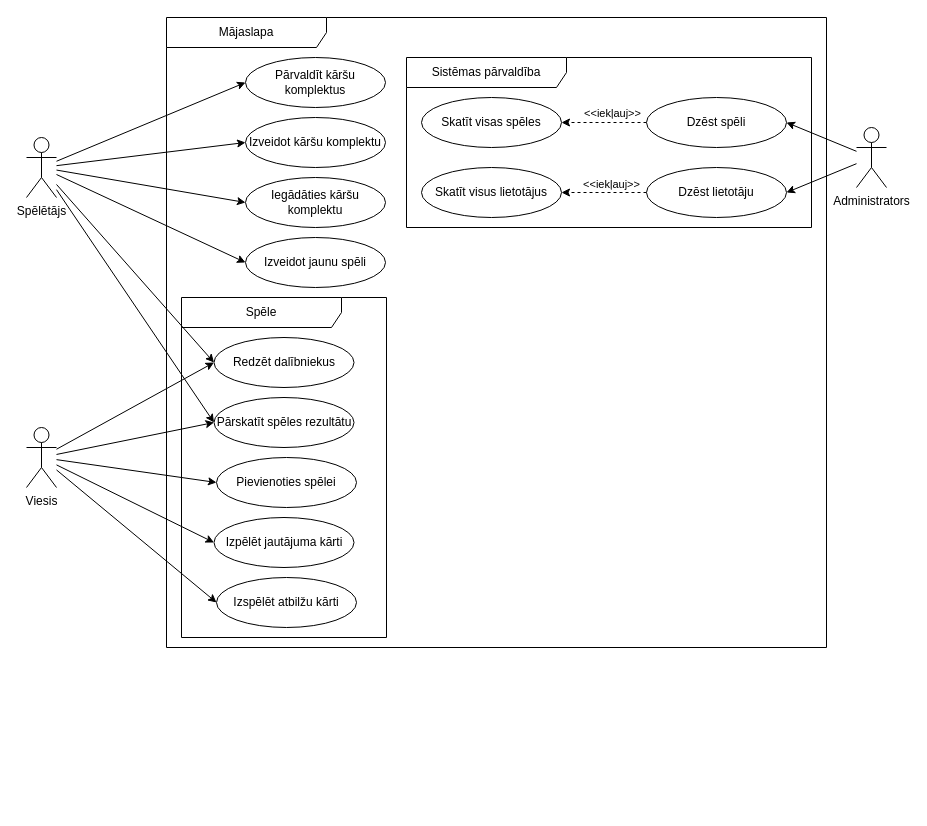
Before: dokumentacija/UseCase.drawio in Edgars-P/RVT-Projekts-CardGame, a draw.io diagram. Source tidied: cells renumbered, new cells numbered last; positions are measured from the earlier drawing's top-left corner, leaving out a move shared by most shapes. Both pictures are drawn from the tidied source at 100%, with x=0, y=0 at pixel (26, 17).
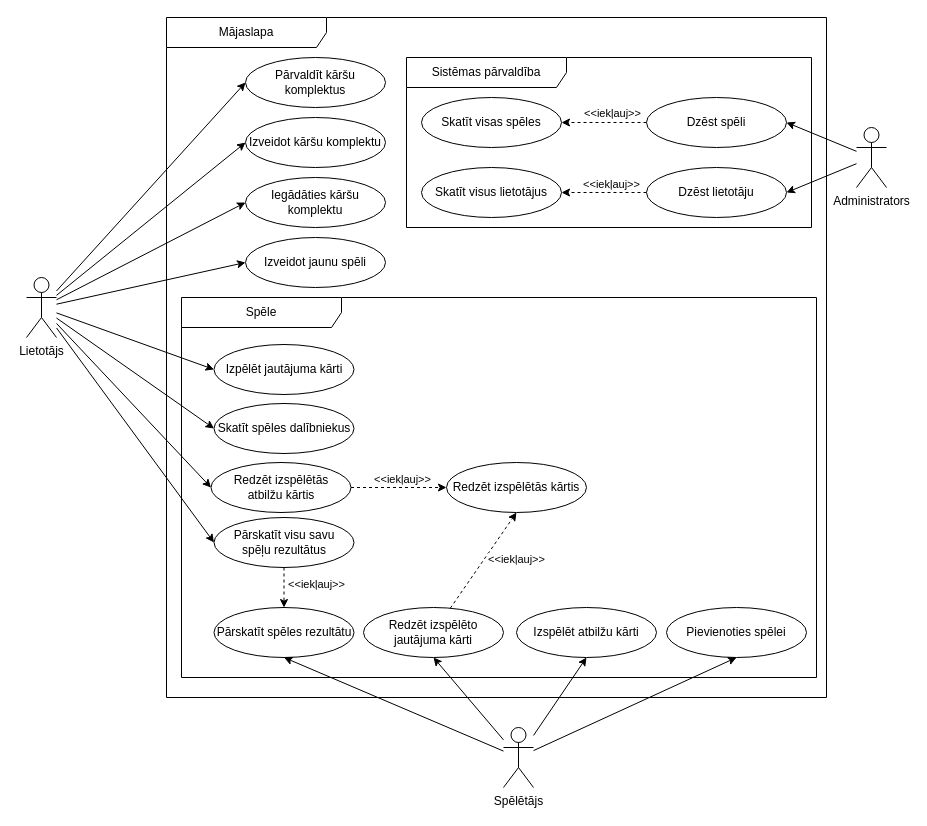
The same page after the edit.

Diff of the diagram source:
```diff
@@
     <mxCell id="2" value="Mājaslapa" style="shape=umlFrame;whiteSpace=wrap;html=1;width=160;" parent="1" vertex="1">
-      <mxGeometry x="140" width="660" height="630" as="geometry" />
+      <mxGeometry x="140" width="660" height="680" as="geometry" />
     </mxCell>
@@
     <mxCell id="7" value="Spēle" style="shape=umlFrame;whiteSpace=wrap;html=1;width=160;" parent="2" vertex="1">
-      <mxGeometry x="15" y="280" width="205" height="340" as="geometry" />
+      <mxGeometry x="15" y="280" width="635" height="380" as="geometry" />
     </mxCell>
     <mxCell id="8" value="Izpēlēt jautājuma kārti" style="ellipse;whiteSpace=wrap;html=1;" parent="7" vertex="1">
-      <mxGeometry x="32.5" y="220" width="140" height="50" as="geometry" />
+      <mxGeometry x="32.5" y="47" width="140" height="50" as="geometry" />
     </mxCell>
     <mxCell id="9" value="Izspēlēt atbilžu kārti" style="ellipse;whiteSpace=wrap;html=1;" parent="7" vertex="1">
-      <mxGeometry x="35" y="280" width="140" height="50" as="geometry" />
+      <mxGeometry x="335" y="310" width="140" height="50" as="geometry" />
     </mxCell>
-    <mxCell id="10" value="Redzēt dalībniekus" style="ellipse;whiteSpace=wrap;html=1;" parent="7" vertex="1">
-      <mxGeometry x="32.5" y="40" width="140" height="50" as="geometry" />
+    <mxCell id="10" value="Skatīt spēles dalībniekus" style="ellipse;whiteSpace=wrap;html=1;" parent="7" vertex="1">
+      <mxGeometry x="32.5" y="106" width="140" height="50" as="geometry" />
     </mxCell>
     <mxCell id="11" value="Pārskatīt spēles rezultātu" style="ellipse;whiteSpace=wrap;html=1;" parent="7" vertex="1">
-      <mxGeometry x="32.5" y="100" width="140" height="50" as="geometry" />
+      <mxGeometry x="32.5" y="310" width="140" height="50" as="geometry" />
     </mxCell>
     <mxCell id="12" value="Pievienoties spēlei" style="ellipse;whiteSpace=wrap;html=1;" parent="7" vertex="1">
-      <mxGeometry x="35" y="160" width="140" height="50" as="geometry" />
+      <mxGeometry x="485" y="310" width="140" height="50" as="geometry" />
     </mxCell>
+    <mxCell id="38" style="edgeStyle=none;shape=connector;rounded=0;jettySize=auto;html=1;labelBackgroundColor=default;strokeColor=default;align=center;verticalAlign=middle;fontFamily=Helvetica;fontSize=11;fontColor=default;endArrow=classic;dashed=1;" parent="7" edge="1" source="40" target="11">
+      <mxGeometry relative="1" as="geometry" />
+    </mxCell>
+    <mxCell id="39" value="&amp;lt;&amp;lt;iekļauj&amp;gt;&amp;gt;" style="edgeLabel;html=1;align=center;verticalAlign=middle;fontSize=11;fontFamily=Helvetica;fontColor=default;" parent="38" vertex="1">
+      <mxGeometry x="-0.21" relative="1" as="geometry">
+        <mxPoint x="32" as="offset" />
+      </mxGeometry>
+    </mxCell>
+    <mxCell id="40" value="Pārskatīt visu savu &lt;br&gt;spēļu rezultātus" style="ellipse;whiteSpace=wrap;html=1;" parent="7" vertex="1">
+      <mxGeometry x="32.5" y="220" width="140" height="50" as="geometry" />
+    </mxCell>
+    <mxCell id="41" style="edgeStyle=none;shape=connector;rounded=0;jettySize=auto;html=1;entryX=0.5;entryY=1;entryDx=0;entryDy=0;labelBackgroundColor=default;strokeColor=default;align=center;verticalAlign=middle;fontFamily=Helvetica;fontSize=11;fontColor=default;endArrow=classic;dashed=1;" parent="7" edge="1" source="43" target="47">
+      <mxGeometry relative="1" as="geometry" />
+    </mxCell>
+    <mxCell id="42" value="&amp;lt;&amp;lt;iekļauj&amp;gt;&amp;gt;" style="edgeLabel;html=1;align=center;verticalAlign=middle;fontSize=11;fontFamily=Helvetica;fontColor=default;" parent="41" vertex="1">
+      <mxGeometry x="0.03" y="-1" relative="1" as="geometry">
+        <mxPoint x="31" as="offset" />
+      </mxGeometry>
+    </mxCell>
+    <mxCell id="43" value="Redzēt izspēlēto jautājuma kārti" style="ellipse;whiteSpace=wrap;html=1;" parent="7" vertex="1">
+      <mxGeometry x="182" y="310" width="140" height="50" as="geometry" />
+    </mxCell>
+    <mxCell id="44" style="edgeStyle=none;shape=connector;rounded=0;jettySize=auto;html=1;entryX=0;entryY=0.5;entryDx=0;entryDy=0;labelBackgroundColor=default;strokeColor=default;align=center;verticalAlign=middle;fontFamily=Helvetica;fontSize=11;fontColor=default;endArrow=classic;dashed=1;exitX=1;exitY=0.5;exitDx=0;exitDy=0;" parent="7" edge="1" source="46" target="47">
+      <mxGeometry relative="1" as="geometry" />
+    </mxCell>
+    <mxCell id="45" value="&amp;lt;&amp;lt;iekļauj&amp;gt;&amp;gt;" style="edgeLabel;html=1;align=center;verticalAlign=middle;fontSize=11;fontFamily=Helvetica;fontColor=default;" parent="44" vertex="1">
+      <mxGeometry x="0.07" y="3" relative="1" as="geometry">
+        <mxPoint y="-6" as="offset" />
+      </mxGeometry>
+    </mxCell>
+    <mxCell id="46" value="Redzēt izspēlētās &lt;br&gt;atbilžu kārtis" style="ellipse;whiteSpace=wrap;html=1;" parent="7" vertex="1">
+      <mxGeometry x="29.5" y="165" width="140" height="50" as="geometry" />
+    </mxCell>
+    <mxCell id="47" value="Redzēt izspēlētās kārtis" style="ellipse;whiteSpace=wrap;html=1;" parent="7" vertex="1">
+      <mxGeometry x="265" y="165" width="140" height="50" as="geometry" />
+    </mxCell>
@@
-    <mxCell id="27" style="rounded=0;jettySize=auto;html=1;entryX=0;entryY=0.5;entryDx=0;entryDy=0;" parent="1" edge="1" source="28" target="11">
+    <mxCell id="27" style="rounded=0;jettySize=auto;html=1;entryX=0;entryY=0.5;entryDx=0;entryDy=0;" parent="1" edge="1" source="28" target="40">
       <mxGeometry relative="1" as="geometry" />
     </mxCell>
+    <mxCell id="48" style="rounded=0;jettySize=auto;html=1;entryX=0;entryY=0.5;entryDx=0;entryDy=0;" parent="1" edge="1" source="28" target="8">
+      <mxGeometry relative="1" as="geometry" />
+    </mxCell>
+    <mxCell id="49" style="edgeStyle=none;shape=connector;rounded=0;jettySize=auto;html=1;entryX=0;entryY=0.5;entryDx=0;entryDy=0;labelBackgroundColor=default;strokeColor=default;align=center;verticalAlign=middle;fontFamily=Helvetica;fontSize=11;fontColor=default;endArrow=classic;" parent="1" edge="1" source="28" target="46">
+      <mxGeometry relative="1" as="geometry" />
+    </mxCell>
-    <mxCell id="28" value="Spēlētājs" style="shape=umlActor;verticalLabelPosition=bottom;verticalAlign=top;html=1;" parent="1" vertex="1">
-      <mxGeometry y="120" width="30" height="60" as="geometry" />
+    <mxCell id="28" value="Lietotājs" style="shape=umlActor;verticalLabelPosition=bottom;verticalAlign=top;html=1;" parent="1" vertex="1">
+      <mxGeometry y="260" width="30" height="60" as="geometry" />
     </mxCell>
-    <mxCell id="29" style="edgeStyle=none;shape=connector;rounded=0;jettySize=auto;html=1;entryX=0;entryY=0.5;entryDx=0;entryDy=0;labelBackgroundColor=default;strokeColor=default;align=center;verticalAlign=middle;fontFamily=Helvetica;fontSize=11;fontColor=default;endArrow=classic;" parent="1" edge="1" source="34" target="8">
-      <mxGeometry relative="1" as="geometry" />
-    </mxCell>
-    <mxCell id="30" style="edgeStyle=none;shape=connector;rounded=0;jettySize=auto;html=1;entryX=0;entryY=0.5;entryDx=0;entryDy=0;labelBackgroundColor=default;strokeColor=default;align=center;verticalAlign=middle;fontFamily=Helvetica;fontSize=11;fontColor=default;endArrow=classic;" parent="1" edge="1" source="34" target="11">
+    <mxCell id="30" style="edgeStyle=none;shape=connector;rounded=0;jettySize=auto;html=1;entryX=0.5;entryY=1;entryDx=0;entryDy=0;labelBackgroundColor=default;strokeColor=default;align=center;verticalAlign=middle;fontFamily=Helvetica;fontSize=11;fontColor=default;endArrow=classic;" parent="1" edge="1" source="34" target="11">
       <mxGeometry relative="1" as="geometry" />
     </mxCell>
-    <mxCell id="31" style="edgeStyle=none;shape=connector;rounded=0;jettySize=auto;html=1;entryX=0;entryY=0.5;entryDx=0;entryDy=0;labelBackgroundColor=default;strokeColor=default;align=center;verticalAlign=middle;fontFamily=Helvetica;fontSize=11;fontColor=default;endArrow=classic;" parent="1" edge="1" source="34" target="10">
-      <mxGeometry relative="1" as="geometry" />
-    </mxCell>
-    <mxCell id="32" style="edgeStyle=none;shape=connector;rounded=0;jettySize=auto;html=1;entryX=0;entryY=0.5;entryDx=0;entryDy=0;labelBackgroundColor=default;strokeColor=default;align=center;verticalAlign=middle;fontFamily=Helvetica;fontSize=11;fontColor=default;endArrow=classic;" parent="1" edge="1" source="34" target="12">
+    <mxCell id="32" style="edgeStyle=none;shape=connector;rounded=0;jettySize=auto;html=1;entryX=0.5;entryY=1;entryDx=0;entryDy=0;labelBackgroundColor=default;strokeColor=default;align=center;verticalAlign=middle;fontFamily=Helvetica;fontSize=11;fontColor=default;endArrow=classic;" parent="1" edge="1" source="34" target="12">
       <mxGeometry relative="1" as="geometry" />
     </mxCell>
-    <mxCell id="33" style="edgeStyle=none;shape=connector;rounded=0;jettySize=auto;html=1;entryX=0;entryY=0.5;entryDx=0;entryDy=0;labelBackgroundColor=default;strokeColor=default;align=center;verticalAlign=middle;fontFamily=Helvetica;fontSize=11;fontColor=default;endArrow=classic;" parent="1" edge="1" source="34" target="9">
+    <mxCell id="33" style="edgeStyle=none;shape=connector;rounded=0;jettySize=auto;html=1;entryX=0.5;entryY=1;entryDx=0;entryDy=0;labelBackgroundColor=default;strokeColor=default;align=center;verticalAlign=middle;fontFamily=Helvetica;fontSize=11;fontColor=default;endArrow=classic;" parent="1" edge="1" source="34" target="9">
       <mxGeometry relative="1" as="geometry" />
     </mxCell>
+    <mxCell id="50" style="edgeStyle=none;shape=connector;rounded=0;jettySize=auto;html=1;entryX=0.5;entryY=1;entryDx=0;entryDy=0;labelBackgroundColor=default;strokeColor=default;align=center;verticalAlign=middle;fontFamily=Helvetica;fontSize=11;fontColor=default;endArrow=classic;" parent="1" edge="1" source="34" target="43">
+      <mxGeometry relative="1" as="geometry" />
+    </mxCell>
-    <mxCell id="34" value="Viesis" style="shape=umlActor;verticalLabelPosition=bottom;verticalAlign=top;html=1;" parent="1" vertex="1">
-      <mxGeometry y="410" width="30" height="60" as="geometry" />
+    <mxCell id="34" value="Spēlētājs" style="shape=umlActor;verticalLabelPosition=bottom;verticalAlign=top;html=1;" parent="1" vertex="1">
+      <mxGeometry x="477" y="710" width="30" height="60" as="geometry" />
     </mxCell>
```
